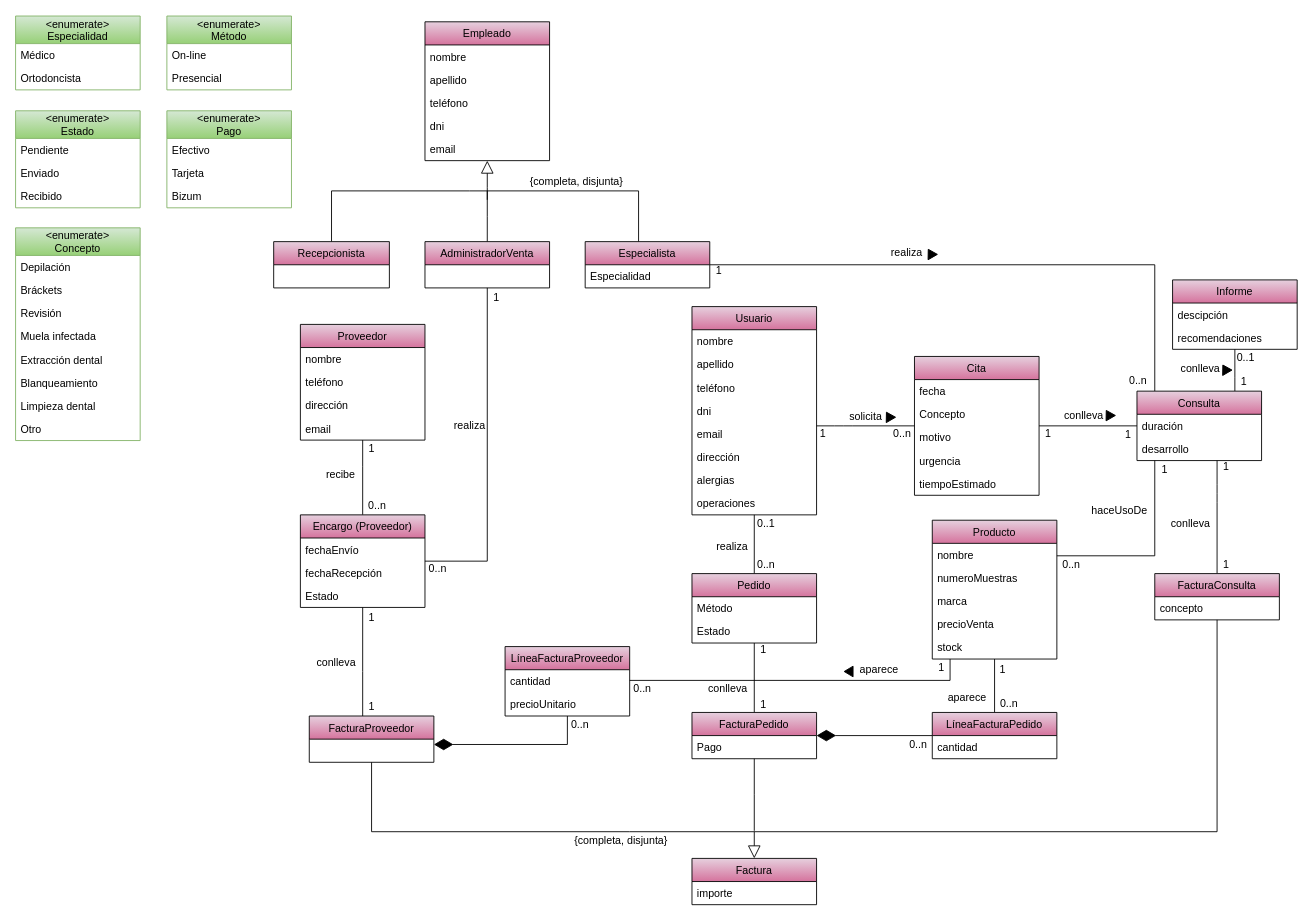
Earlier version of the draw.io diagram page "General" (1 of 4) of Recursos/Diagrama UML IR.drawio (Jesusjbs/clinicaDental-ir). Source tidied: cells renumbered, new cells numbered last; positions are measured from the earlier drawing's top-left corner, leaving out a move shared by most shapes. Both pictures are drawn from the tidied source at 89%, with x=0, y=0 at pixel (15, 16).
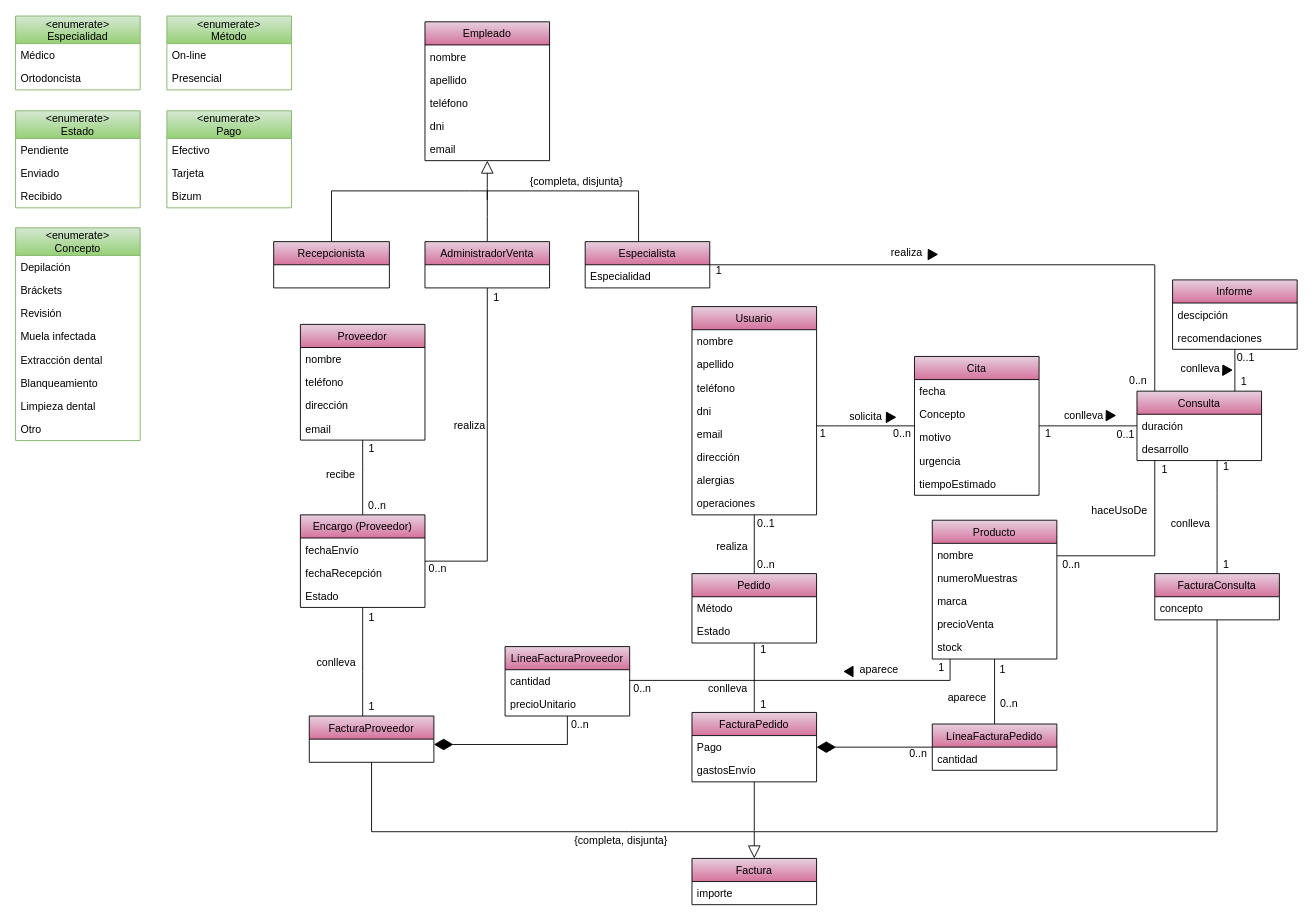
After the change.

Change to the diagram source:
```diff
@@
     <mxCell id="60" value="FacturaPedido" style="swimlane;fontStyle=0;horizontal=1;startSize=26;fillColor=#E6D0DE;gradientColor=#D5739D;" parent="1" vertex="1">
-      <mxGeometry x="760" y="782" width="140" height="52" as="geometry" />
+      <mxGeometry x="760" y="782" width="140" height="78" as="geometry" />
     </mxCell>
@@
+    <mxCell id="157" value="gastosEnvío" style="text;strokeColor=none;fillColor=none;align=left;verticalAlign=top;spacingLeft=4;spacingRight=4;overflow=hidden;" parent="60" vertex="1">
+      <mxGeometry y="52" width="140" height="26" as="geometry" />
+    </mxCell>
@@
-    <mxCell id="63" value="LíneaFacturaPedido" style="swimlane;fontStyle=0;horizontal=1;startSize=26;fillColor=#E6D0DE;gradientColor=#D5739D;" parent="1" vertex="1">
-      <mxGeometry x="1030" y="782" width="140" height="52" as="geometry" />
-    </mxCell>
-    <mxCell id="64" value="cantidad" style="text;strokeColor=none;fillColor=none;align=left;verticalAlign=top;spacingLeft=4;spacingRight=4;overflow=hidden;" parent="63" vertex="1">
-      <mxGeometry y="26" width="140" height="26" as="geometry" />
-    </mxCell>
@@
     <mxCell id="111" value="0..n" style="text;html=1;align=center;verticalAlign=middle;" parent="1" vertex="1">
-      <mxGeometry x="994" y="809" width="40" height="20" as="geometry" />
+      <mxGeometry x="994" y="818" width="40" height="20" as="geometry" />
     </mxCell>
@@
-    <mxCell id="132" value="1" style="text;html=1;align=center;verticalAlign=middle;" parent="1" vertex="1">
-      <mxGeometry x="1240" y="460" width="20" height="20" as="geometry" />
+    <mxCell id="132" value="0..1" style="text;html=1;align=center;verticalAlign=middle;" parent="1" vertex="1">
+      <mxGeometry x="1227" y="460" width="40" height="20" as="geometry" />
     </mxCell>
@@
+    <mxCell id="63" value="LíneaFacturaPedido" style="swimlane;fontStyle=0;horizontal=1;startSize=26;fillColor=#E6D0DE;gradientColor=#D5739D;" parent="1" vertex="1">
+      <mxGeometry x="1030" y="795" width="140" height="52" as="geometry" />
+    </mxCell>
+    <mxCell id="64" value="cantidad" style="text;strokeColor=none;fillColor=none;align=left;verticalAlign=top;spacingLeft=4;spacingRight=4;overflow=hidden;" parent="63" vertex="1">
+      <mxGeometry y="26" width="140" height="26" as="geometry" />
+    </mxCell>
```
